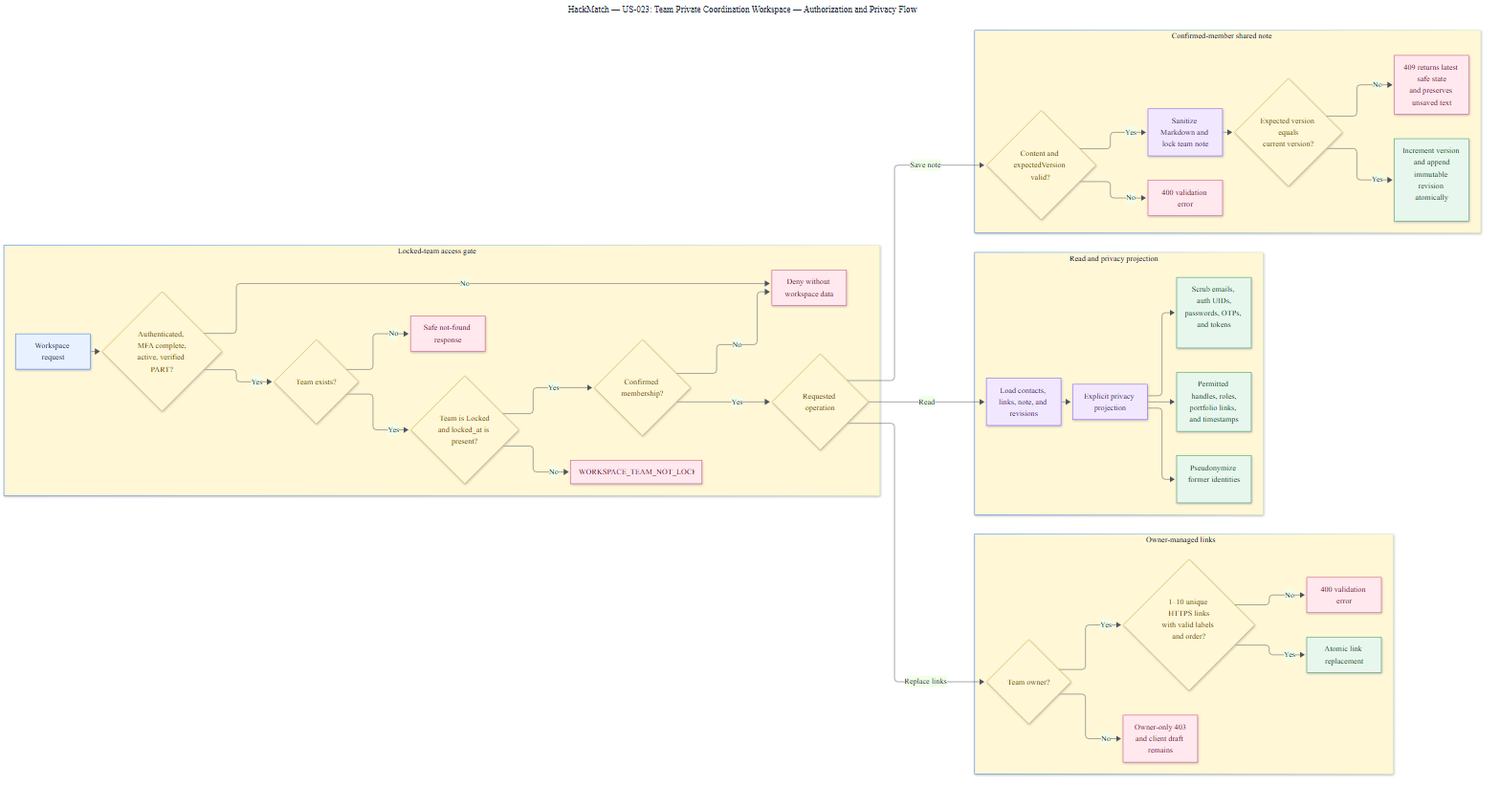
This is docs/diagrams/US-023/US-023-private-workspace-access-flow.png from comp313-g1/HackMatch, a Mermaid export, as it was before one commit. Its source is kept beside it as docs/diagrams/US-023/US-023-private-workspace-access-flow.mmd. The source it was exported from:
```mermaid
---
title: "HackMatch — US-023: Team Private Coordination Workspace — Authorization and Privacy Flow"
---
%%{init: {"theme":"base","themeVariables":{"background":"#ffffff","primaryColor":"#e8f1ff","primaryTextColor":"#1f2937","primaryBorderColor":"#3b82f6","lineColor":"#4b5563","tertiaryColor":"#fff7d6","fontFamily":"Arial, sans-serif"},"flowchart":{"useMaxWidth":true,"htmlLabels":true,"curve":"basis","nodeSpacing":28,"rankSpacing":36,"padding":14}}}%%
flowchart LR
    subgraph GATE[Locked-team access gate]
        direction TB
        A[Workspace request]:::identity --> B{Authenticated, MFA complete,<br/>active, verified PART?}:::decision
        B -- No --> X[Deny without workspace data]:::denied
        B -- Yes --> C{Team exists?}:::decision
        C -- No --> Y[Safe not-found response]:::denied
        C -- Yes --> D{Team is Locked<br/>and locked_at is present?}:::decision
        D -- No --> Z[WORKSPACE_TEAM_NOT_LOCKED]:::denied
        D -- Yes --> E{Confirmed membership?}:::decision
        E -- No --> X
        E -- Yes --> F{Requested operation}:::decision
    end

    subgraph VIEW[Read and privacy projection]
        direction TB
        G[Load contacts, links, note, and revisions]:::domain --> H[Explicit privacy projection]:::domain
        H --> H1[Permitted handles, roles,<br/>portfolio links, and timestamps]:::success
        H --> H2[Pseudonymize former identities]:::success
        H --> H3[Scrub emails, auth UIDs,<br/>passwords, OTPs, and tokens]:::success
    end

    subgraph LINKS[Owner-managed links]
        direction TB
        I{Team owner?}:::decision
        I -- No --> J[Owner-only 403<br/>and client draft remains]:::denied
        I -- Yes --> K{1–10 unique HTTPS links<br/>with valid labels and order?}:::decision
        K -- No --> L[400 validation error]:::denied
        K -- Yes --> M[Atomic link replacement]:::success
    end

    subgraph NOTE[Confirmed-member shared note]
        direction TB
        N{Content and expectedVersion valid?}:::decision
        N -- No --> L2[400 validation error]:::denied
        N -- Yes --> O[Sanitize Markdown and lock team note]:::domain
        O --> P{Expected version equals<br/>current version?}:::decision
        P -- No --> Q[409 returns latest safe state<br/>and preserves unsaved text]:::denied
        P -- Yes --> R[Increment version and append<br/>immutable revision atomically]:::success
    end

    F -- Read --> G
    F -- Replace links --> I
    F -- Save note --> N

    classDef identity fill:#e8f1ff,stroke:#3b82f6,color:#172554
    classDef domain fill:#f1e8ff,stroke:#8b5cf6,color:#3b1d64
    classDef decision fill:#fff7d6,stroke:#d4a72c,color:#5f4700
    classDef success fill:#e8f7ed,stroke:#3a9b5f,color:#123d24
    classDef denied fill:#ffe8ee,stroke:#d94f70,color:#6f1733
```
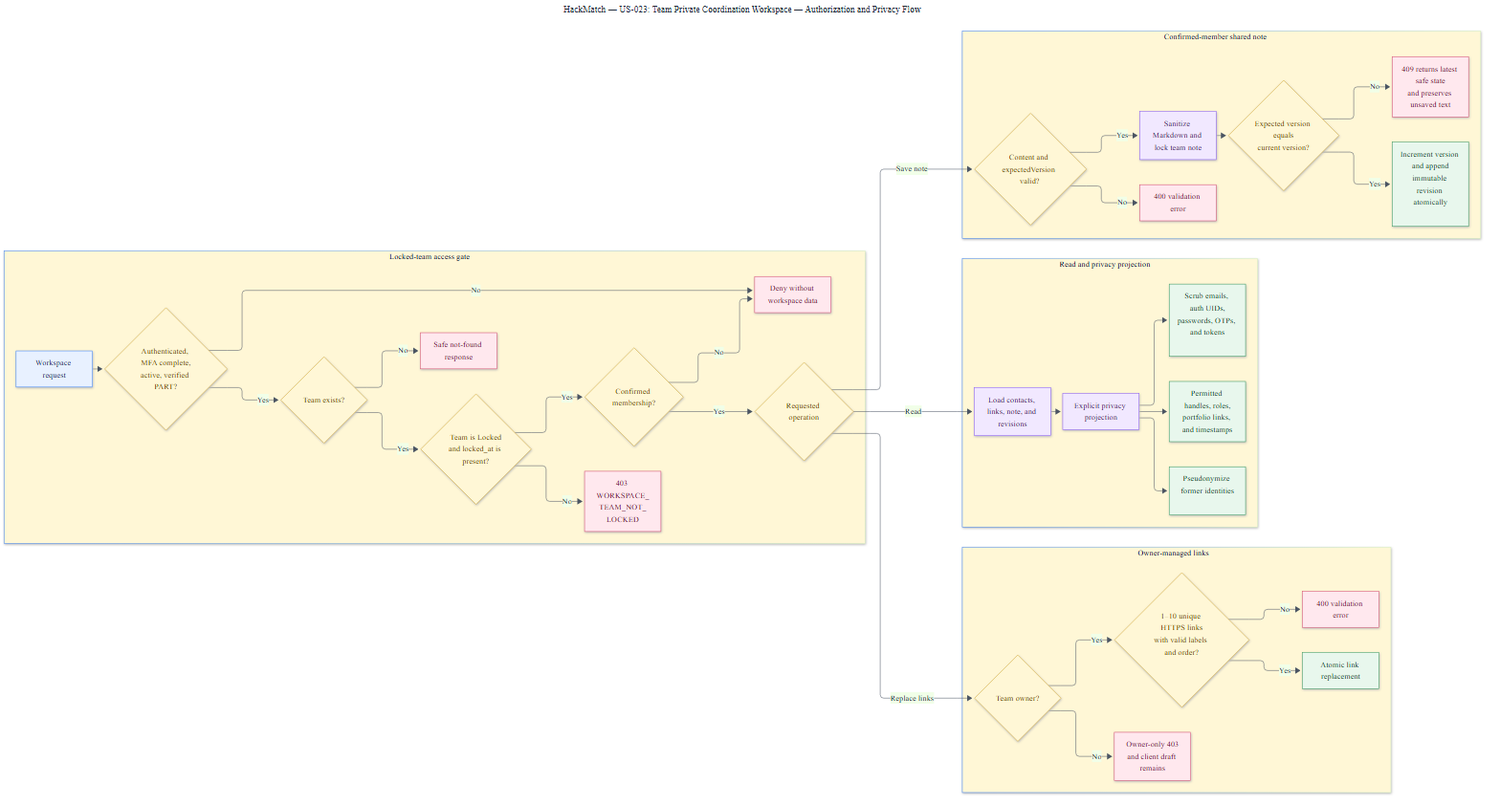
The same diagram one commit later.

Diff of the diagram source:
```diff
@@ -10,7 +10,7 @@
         B -- Yes --> C{Team exists?}:::decision
         C -- No --> Y[Safe not-found response]:::denied
         C -- Yes --> D{Team is Locked<br/>and locked_at is present?}:::decision
-        D -- No --> Z[WORKSPACE_TEAM_NOT_LOCKED]:::denied
+        D -- No --> Z["403 WORKSPACE_<br/>TEAM_NOT_<br/>LOCKED"]:::denied
         D -- Yes --> E{Confirmed membership?}:::decision
         E -- No --> X
         E -- Yes --> F{Requested operation}:::decision
```
